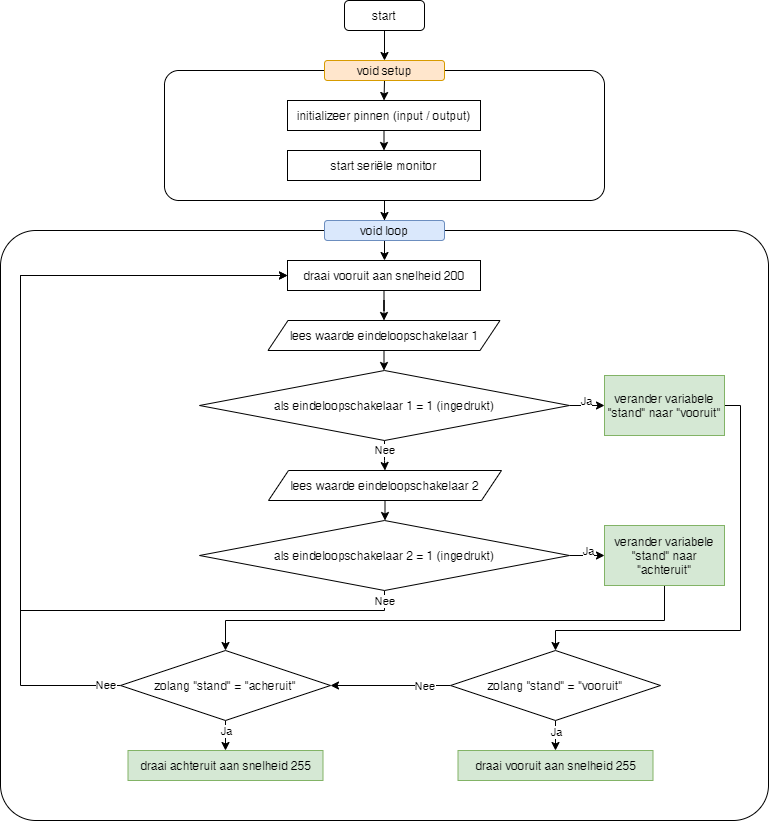
crearth/c keeps this draw.io diagram as flow.png. Above is the earlier version. Source tidied: cells renumbered, new cells last; positions are measured from the earlier drawing's top-left corner, leaving out a move shared by most shapes. Its diagram source:
```xml
<mxGraphModel>
  <root>
    <mxCell id="0" />
    <mxCell id="1" parent="0" />
    <mxCell id="2" style="edgeStyle=orthogonalEdgeStyle;rounded=0;jettySize=auto;html=1;exitX=0.5;exitY=1;exitDx=0;exitDy=0;entryX=0.5;entryY=0;entryDx=0;entryDy=0;" parent="1" edge="1" source="3" target="7">
      <mxGeometry relative="1" as="geometry" />
    </mxCell>
    <mxCell id="3" value="start" style="rounded=1;whiteSpace=wrap;html=1;fontSize=12;glass=0;strokeWidth=1;shadow=0;" parent="1" vertex="1">
      <mxGeometry x="344" width="80" height="30" as="geometry" />
    </mxCell>
    <mxCell id="4" style="edgeStyle=orthogonalEdgeStyle;rounded=0;jettySize=auto;html=1;" parent="1" edge="1" source="5" target="13">
      <mxGeometry relative="1" as="geometry" />
    </mxCell>
    <mxCell id="5" style="rounded=1;whiteSpace=wrap;html=1;arcSize=11;" parent="1" vertex="1">
      <mxGeometry x="164" y="70" width="440" height="130" as="geometry" />
    </mxCell>
    <mxCell id="6" style="edgeStyle=orthogonalEdgeStyle;rounded=0;jettySize=auto;html=1;exitX=0.5;exitY=1;exitDx=0;exitDy=0;entryX=0.5;entryY=0;entryDx=0;entryDy=0;" parent="1" edge="1" source="7" target="9">
      <mxGeometry relative="1" as="geometry" />
    </mxCell>
    <mxCell id="7" value="void setup" style="rounded=1;whiteSpace=wrap;html=1;fillColor=#ffe6cc;strokeColor=#d79b00;" parent="1" vertex="1">
      <mxGeometry x="324" y="60" width="120" height="20" as="geometry" />
    </mxCell>
    <mxCell id="8" style="edgeStyle=orthogonalEdgeStyle;rounded=0;jettySize=auto;html=1;exitX=0.5;exitY=1;exitDx=0;exitDy=0;entryX=0.5;entryY=0;entryDx=0;entryDy=0;" parent="1" edge="1" source="9" target="10">
      <mxGeometry relative="1" as="geometry" />
    </mxCell>
    <mxCell id="9" value="initializeer pinnen (input / output)" style="rounded=0;whiteSpace=wrap;html=1;" parent="1" vertex="1">
      <mxGeometry x="287" y="100" width="193" height="30" as="geometry" />
    </mxCell>
    <mxCell id="10" value="start seriële monitor" style="rounded=0;whiteSpace=wrap;html=1;" parent="1" vertex="1">
      <mxGeometry x="287" y="150" width="193" height="30" as="geometry" />
    </mxCell>
    <mxCell id="11" style="rounded=1;whiteSpace=wrap;html=1;arcSize=6;" parent="1" vertex="1">
      <mxGeometry y="230" width="768" height="590" as="geometry" />
    </mxCell>
    <mxCell id="12" style="edgeStyle=orthogonalEdgeStyle;rounded=0;jettySize=auto;html=1;" parent="1" edge="1" source="13" target="15">
      <mxGeometry relative="1" as="geometry" />
    </mxCell>
    <mxCell id="13" value="void loop" style="rounded=1;whiteSpace=wrap;html=1;fillColor=#dae8fc;strokeColor=#6c8ebf;" parent="1" vertex="1">
      <mxGeometry x="324" y="220" width="120" height="20" as="geometry" />
    </mxCell>
    <mxCell id="14" style="edgeStyle=orthogonalEdgeStyle;rounded=0;jettySize=auto;html=1;entryX=0.5;entryY=0;entryDx=0;entryDy=0;" parent="1" edge="1" source="15" target="31">
      <mxGeometry relative="1" as="geometry" />
    </mxCell>
    <mxCell id="15" value="draai vooruit aan snelheid 200" style="rounded=0;whiteSpace=wrap;html=1;" parent="1" vertex="1">
      <mxGeometry x="287" y="260" width="193" height="30" as="geometry" />
    </mxCell>
    <mxCell id="16" style="edgeStyle=orthogonalEdgeStyle;rounded=0;jettySize=auto;html=1;" parent="1" edge="1" source="20" target="22">
      <mxGeometry relative="1" as="geometry" />
    </mxCell>
    <mxCell id="17" value="Ja" style="edgeLabel;html=1;align=center;verticalAlign=middle;" parent="16" vertex="1">
      <mxGeometry x="-0.28" y="-1" relative="1" as="geometry">
        <mxPoint y="-6" as="offset" />
      </mxGeometry>
    </mxCell>
    <mxCell id="18" style="edgeStyle=orthogonalEdgeStyle;rounded=0;jettySize=auto;html=1;" parent="1" edge="1" source="20" target="33">
      <mxGeometry relative="1" as="geometry" />
    </mxCell>
    <mxCell id="19" value="Nee" style="edgeLabel;html=1;align=center;verticalAlign=middle;" parent="18" vertex="1">
      <mxGeometry y="1" relative="1" as="geometry">
        <mxPoint x="-0.5" y="-5.3" as="offset" />
      </mxGeometry>
    </mxCell>
    <mxCell id="20" value="als eindeloopschakelaar 1 = 1 (ingedrukt)" style="rhombus;whiteSpace=wrap;html=1;rounded=0;" parent="1" vertex="1">
      <mxGeometry x="199" y="370" width="370" height="70" as="geometry" />
    </mxCell>
    <mxCell id="21" style="edgeStyle=orthogonalEdgeStyle;rounded=0;jettySize=auto;html=1;" parent="1" edge="1" source="22" target="44">
      <mxGeometry relative="1" as="geometry">
        <Array as="points">
          <mxPoint x="740" y="405" />
          <mxPoint x="740" y="630" />
          <mxPoint x="555" y="630" />
        </Array>
      </mxGeometry>
    </mxCell>
    <mxCell id="22" value="verander variabele &quot;stand&quot; naar &quot;vooruit&quot;" style="rounded=0;whiteSpace=wrap;html=1;fillColor=#d5e8d4;strokeColor=#82b366;" parent="1" vertex="1">
      <mxGeometry x="604" y="375" width="120" height="60" as="geometry" />
    </mxCell>
    <mxCell id="23" style="edgeStyle=orthogonalEdgeStyle;rounded=0;jettySize=auto;html=1;" parent="1" edge="1" source="27" target="29">
      <mxGeometry relative="1" as="geometry" />
    </mxCell>
    <mxCell id="24" value="Ja" style="edgeLabel;html=1;align=center;verticalAlign=middle;" parent="23" vertex="1">
      <mxGeometry x="-0.2" relative="1" as="geometry">
        <mxPoint y="-5" as="offset" />
      </mxGeometry>
    </mxCell>
    <mxCell id="25" style="edgeStyle=orthogonalEdgeStyle;rounded=0;jettySize=auto;html=1;" parent="1" edge="1" source="27" target="15">
      <mxGeometry relative="1" as="geometry">
        <Array as="points">
          <mxPoint x="384" y="610" />
          <mxPoint x="20" y="610" />
          <mxPoint x="20" y="275" />
        </Array>
      </mxGeometry>
    </mxCell>
    <mxCell id="26" value="Nee" style="edgeLabel;html=1;align=center;verticalAlign=middle;" parent="25" vertex="1">
      <mxGeometry x="-0.88" y="1" relative="1" as="geometry">
        <mxPoint x="40.7" y="-11" as="offset" />
      </mxGeometry>
    </mxCell>
    <mxCell id="27" value="als eindeloopschakelaar 2 = 1 (ingedrukt)" style="rhombus;whiteSpace=wrap;html=1;rounded=0;" parent="1" vertex="1">
      <mxGeometry x="199" y="520" width="370" height="70" as="geometry" />
    </mxCell>
    <mxCell id="28" style="edgeStyle=orthogonalEdgeStyle;rounded=0;jettySize=auto;html=1;" parent="1" edge="1" source="29" target="38">
      <mxGeometry relative="1" as="geometry">
        <Array as="points">
          <mxPoint x="664" y="620" />
          <mxPoint x="225" y="620" />
        </Array>
      </mxGeometry>
    </mxCell>
    <mxCell id="29" value="verander variabele &quot;stand&quot; naar &quot;achteruit&quot;" style="rounded=0;whiteSpace=wrap;html=1;fillColor=#d5e8d4;strokeColor=#82b366;" parent="1" vertex="1">
      <mxGeometry x="604" y="525" width="120" height="60" as="geometry" />
    </mxCell>
    <mxCell id="30" style="edgeStyle=orthogonalEdgeStyle;rounded=0;jettySize=auto;html=1;" parent="1" edge="1" source="31" target="20">
      <mxGeometry relative="1" as="geometry" />
    </mxCell>
    <mxCell id="31" value="lees waarde eindeloopschakelaar 1" style="shape=parallelogram;perimeter=parallelogramPerimeter;whiteSpace=wrap;html=1;fixedSize=1;rounded=0;" parent="1" vertex="1">
      <mxGeometry x="267.5" y="320" width="232" height="30" as="geometry" />
    </mxCell>
    <mxCell id="32" style="edgeStyle=orthogonalEdgeStyle;rounded=0;jettySize=auto;html=1;entryX=0.5;entryY=0;entryDx=0;entryDy=0;" parent="1" edge="1" source="33" target="27">
      <mxGeometry relative="1" as="geometry" />
    </mxCell>
    <mxCell id="33" value="lees waarde eindeloopschakelaar 2" style="shape=parallelogram;perimeter=parallelogramPerimeter;whiteSpace=wrap;html=1;fixedSize=1;rounded=0;" parent="1" vertex="1">
      <mxGeometry x="268" y="470" width="233" height="30" as="geometry" />
    </mxCell>
    <mxCell id="34" style="edgeStyle=orthogonalEdgeStyle;rounded=0;jettySize=auto;html=1;entryX=0.5;entryY=0;entryDx=0;entryDy=0;" parent="1" edge="1" source="38" target="39">
      <mxGeometry relative="1" as="geometry" />
    </mxCell>
    <mxCell id="35" value="Ja" style="edgeLabel;html=1;align=center;verticalAlign=middle;" parent="34" vertex="1">
      <mxGeometry x="-0.76" y="1" relative="1" as="geometry">
        <mxPoint x="-1" y="4" as="offset" />
      </mxGeometry>
    </mxCell>
    <mxCell id="36" style="edgeStyle=orthogonalEdgeStyle;rounded=0;jettySize=auto;html=1;entryX=0;entryY=0.5;entryDx=0;entryDy=0;" parent="1" edge="1" source="38" target="15">
      <mxGeometry relative="1" as="geometry">
        <Array as="points">
          <mxPoint x="20" y="685" />
          <mxPoint x="20" y="275" />
        </Array>
      </mxGeometry>
    </mxCell>
    <mxCell id="37" value="Nee" style="edgeLabel;html=1;align=center;verticalAlign=middle;" parent="36" vertex="1">
      <mxGeometry x="-0.96" relative="1" as="geometry" />
    </mxCell>
    <mxCell id="38" value="zolang &quot;stand&quot; = &quot;acheruit&quot;" style="rhombus;whiteSpace=wrap;html=1;rounded=0;" parent="1" vertex="1">
      <mxGeometry x="120" y="650" width="210" height="70" as="geometry" />
    </mxCell>
    <mxCell id="39" value="draai achteruit aan snelheid 255" style="rounded=0;whiteSpace=wrap;html=1;fillColor=#d5e8d4;strokeColor=#82b366;" parent="1" vertex="1">
      <mxGeometry x="127.5" y="750" width="195" height="30" as="geometry" />
    </mxCell>
    <mxCell id="40" style="edgeStyle=orthogonalEdgeStyle;rounded=0;jettySize=auto;html=1;entryX=0.5;entryY=0;entryDx=0;entryDy=0;" parent="1" edge="1" target="45">
      <mxGeometry relative="1" as="geometry">
        <mxPoint x="555" y="720" as="sourcePoint" />
      </mxGeometry>
    </mxCell>
    <mxCell id="41" value="Ja" style="edgeLabel;html=1;align=center;verticalAlign=middle;" parent="40" vertex="1">
      <mxGeometry x="-0.26" y="1" relative="1" as="geometry">
        <mxPoint x="-1" as="offset" />
      </mxGeometry>
    </mxCell>
    <mxCell id="42" style="edgeStyle=orthogonalEdgeStyle;rounded=0;jettySize=auto;html=1;entryX=1;entryY=0.5;entryDx=0;entryDy=0;" parent="1" edge="1" source="44" target="38">
      <mxGeometry relative="1" as="geometry" />
    </mxCell>
    <mxCell id="43" value="Nee" style="edgeLabel;html=1;align=center;verticalAlign=middle;" parent="42" vertex="1">
      <mxGeometry x="0.22" y="2" relative="1" as="geometry">
        <mxPoint x="47" y="-2" as="offset" />
      </mxGeometry>
    </mxCell>
    <mxCell id="44" value="zolang &quot;stand&quot; = &quot;vooruit&quot;" style="rhombus;whiteSpace=wrap;html=1;rounded=0;" parent="1" vertex="1">
      <mxGeometry x="450" y="650" width="210" height="70" as="geometry" />
    </mxCell>
    <mxCell id="45" value="draai vooruit aan snelheid 255" style="rounded=0;whiteSpace=wrap;html=1;fillColor=#d5e8d4;strokeColor=#82b366;" parent="1" vertex="1">
      <mxGeometry x="457.5" y="750" width="195" height="30" as="geometry" />
    </mxCell>
  </root>
</mxGraphModel>
```
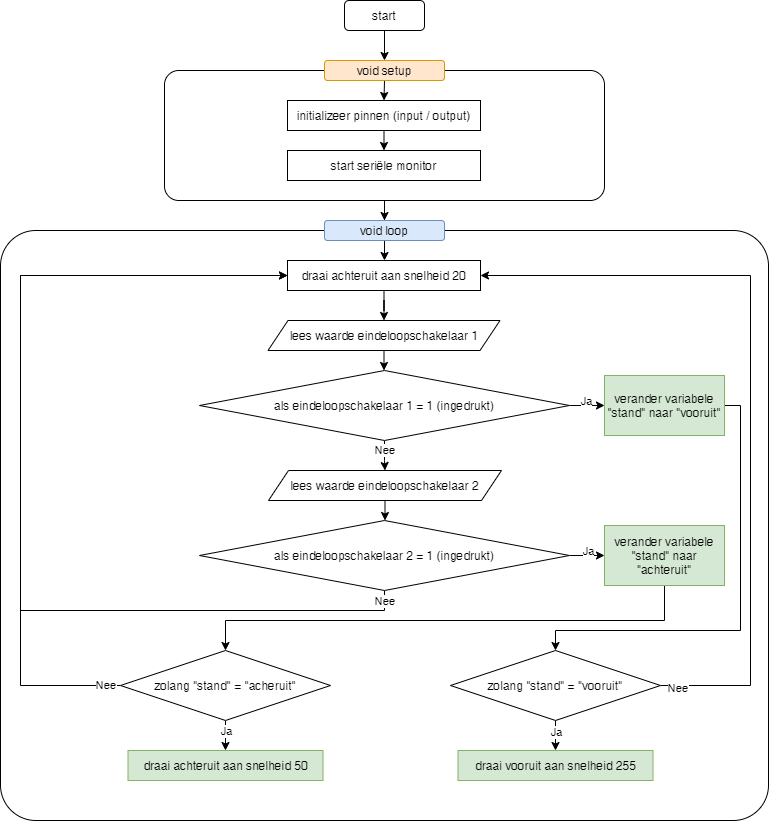
Above is the later version.

The edit, as a diff of the source:
```diff
@@ -41,7 +41,7 @@
     <mxCell id="14" style="edgeStyle=orthogonalEdgeStyle;rounded=0;jettySize=auto;html=1;entryX=0.5;entryY=0;entryDx=0;entryDy=0;" parent="1" edge="1" source="15" target="31">
       <mxGeometry relative="1" as="geometry" />
     </mxCell>
-    <mxCell id="15" value="draai vooruit aan snelheid 200" style="rounded=0;whiteSpace=wrap;html=1;" parent="1" vertex="1">
+    <mxCell id="15" value="draai achteruit aan snelheid 20" style="rounded=0;whiteSpace=wrap;html=1;" parent="1" vertex="1">
       <mxGeometry x="287" y="260" width="193" height="30" as="geometry" />
     </mxCell>
     <mxCell id="16" style="edgeStyle=orthogonalEdgeStyle;rounded=0;jettySize=auto;html=1;" parent="1" edge="1" source="20" target="22">
@@ -145,7 +145,7 @@
     <mxCell id="38" value="zolang &quot;stand&quot; = &quot;acheruit&quot;" style="rhombus;whiteSpace=wrap;html=1;rounded=0;" parent="1" vertex="1">
       <mxGeometry x="120" y="650" width="210" height="70" as="geometry" />
     </mxCell>
-    <mxCell id="39" value="draai achteruit aan snelheid 255" style="rounded=0;whiteSpace=wrap;html=1;fillColor=#d5e8d4;strokeColor=#82b366;" parent="1" vertex="1">
+    <mxCell id="39" value="draai achteruit aan snelheid 50" style="rounded=0;whiteSpace=wrap;html=1;fillColor=#d5e8d4;strokeColor=#82b366;" parent="1" vertex="1">
       <mxGeometry x="127.5" y="750" width="195" height="30" as="geometry" />
     </mxCell>
     <mxCell id="40" style="edgeStyle=orthogonalEdgeStyle;rounded=0;jettySize=auto;html=1;entryX=0.5;entryY=0;entryDx=0;entryDy=0;" parent="1" edge="1" target="45">
@@ -158,13 +158,16 @@
         <mxPoint x="-1" as="offset" />
       </mxGeometry>
     </mxCell>
-    <mxCell id="42" style="edgeStyle=orthogonalEdgeStyle;rounded=0;jettySize=auto;html=1;entryX=1;entryY=0.5;entryDx=0;entryDy=0;" parent="1" edge="1" source="44" target="38">
-      <mxGeometry relative="1" as="geometry" />
-    </mxCell>
+    <mxCell id="46" style="edgeStyle=orthogonalEdgeStyle;rounded=0;jettySize=auto;html=1;entryX=1;entryY=0.5;entryDx=0;entryDy=0;" parent="1" edge="1" source="44" target="15">
+      <mxGeometry relative="1" as="geometry">
+        <Array as="points">
+          <mxPoint x="750" y="685" />
+          <mxPoint x="750" y="275" />
+        </Array>
+      </mxGeometry>
+    </mxCell>
-    <mxCell id="43" value="Nee" style="edgeLabel;html=1;align=center;verticalAlign=middle;" parent="42" vertex="1">
-      <mxGeometry x="0.22" y="2" relative="1" as="geometry">
-        <mxPoint x="47" y="-2" as="offset" />
-      </mxGeometry>
+    <mxCell id="43" value="Nee" style="edgeLabel;html=1;align=center;verticalAlign=middle;" parent="46" vertex="1">
+      <mxGeometry x="-0.96" y="-2" relative="1" as="geometry" />
     </mxCell>
     <mxCell id="44" value="zolang &quot;stand&quot; = &quot;vooruit&quot;" style="rhombus;whiteSpace=wrap;html=1;rounded=0;" parent="1" vertex="1">
       <mxGeometry x="450" y="650" width="210" height="70" as="geometry" />
```
